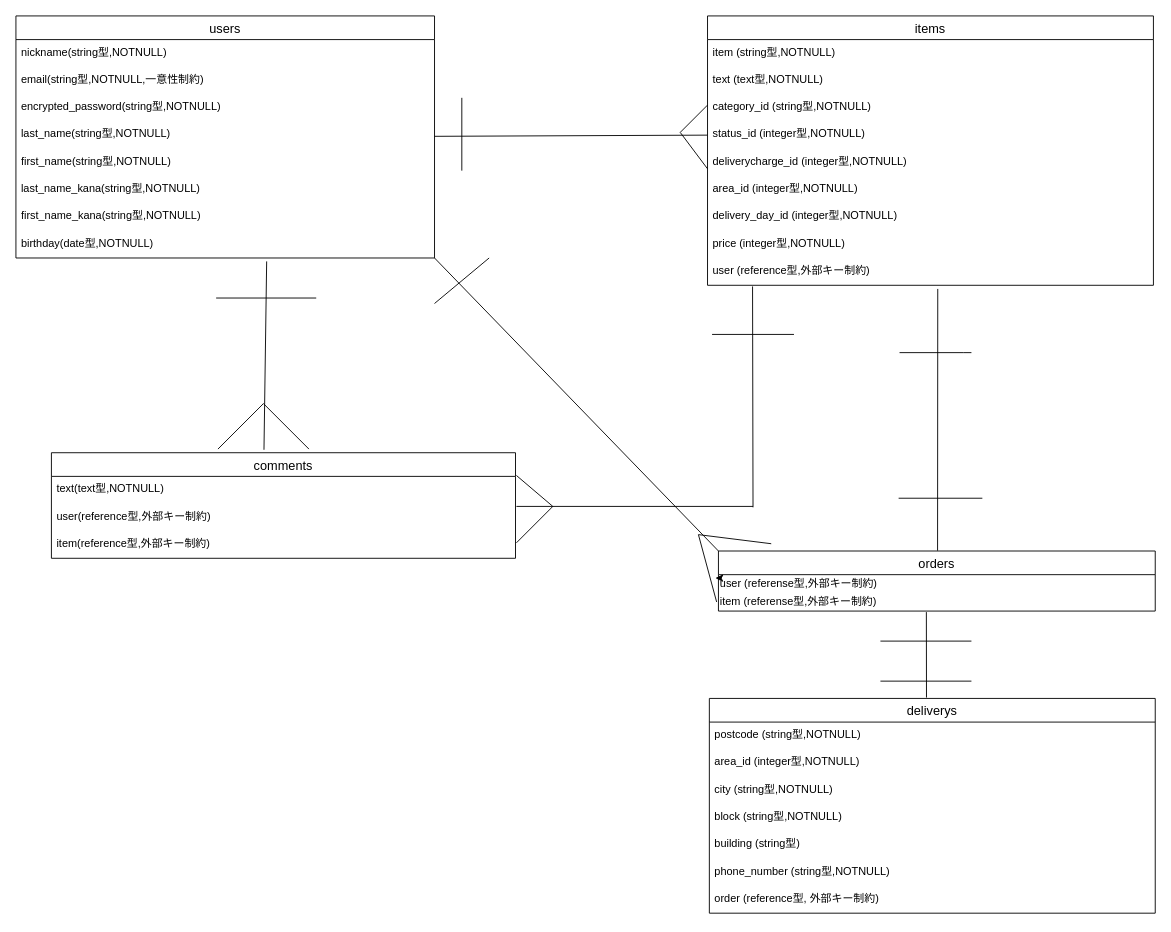
The draw.io diagram furima.dio in nariki07/furima-38307, before the edit. Source tidied: cells renumbered, new cells numbered last; positions are measured from the earlier drawing's top-left corner, leaving out a move shared by most shapes. Both pictures are drawn from the tidied source at 91%, with x=0, y=0 at pixel (15, 15).
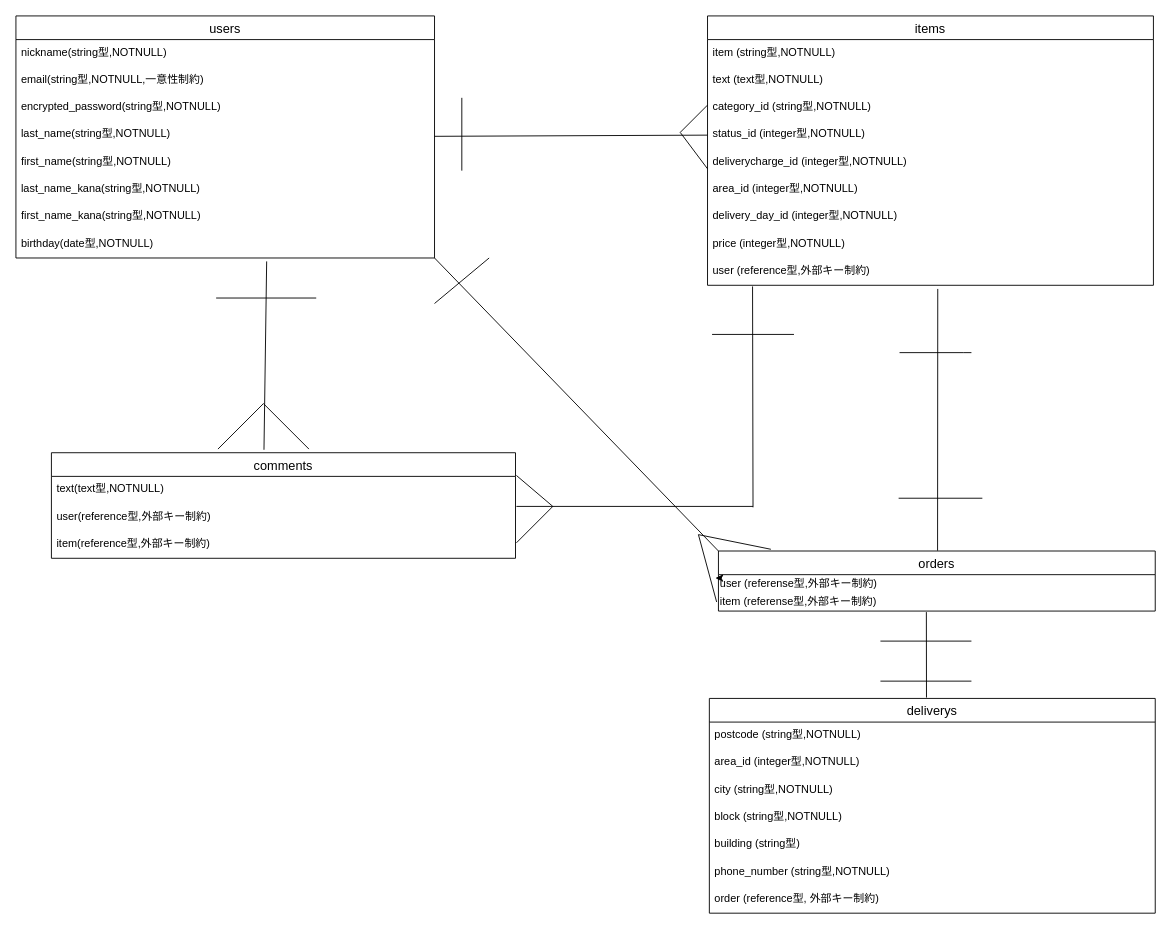
Above is the later version.

Unchanged cells that the change refers to:
```xml
<mxCell id="45" value="orders" style="swimlane;fontStyle=0;horizontal=1;startSize=26;align=center;fontSize=14;" parent="1" vertex="1">
  <mxGeometry x="772" y="588" width="480" height="66" as="geometry" />
</mxCell>
```

The edit, as a diff of the source:
```diff
@@
-    <mxCell id="50" style="endArrow=none;html=1;rounded=0;" parent="45" edge="1">
+    <mxCell id="50" style="endArrow=none;html=1;rounded=0;entryX=0.12;entryY=-0.029;entryDx=0;entryDy=0;entryPerimeter=0;" parent="45" edge="1" target="45">
       <mxGeometry relative="1" as="geometry">
         <mxPoint x="-2" y="56" as="sourcePoint" />
-        <mxPoint x="58" y="-8" as="targetPoint" />
         <Array as="points">
           <mxPoint x="-22" y="-18" />
         </Array>
       </mxGeometry>
     </mxCell>
```
